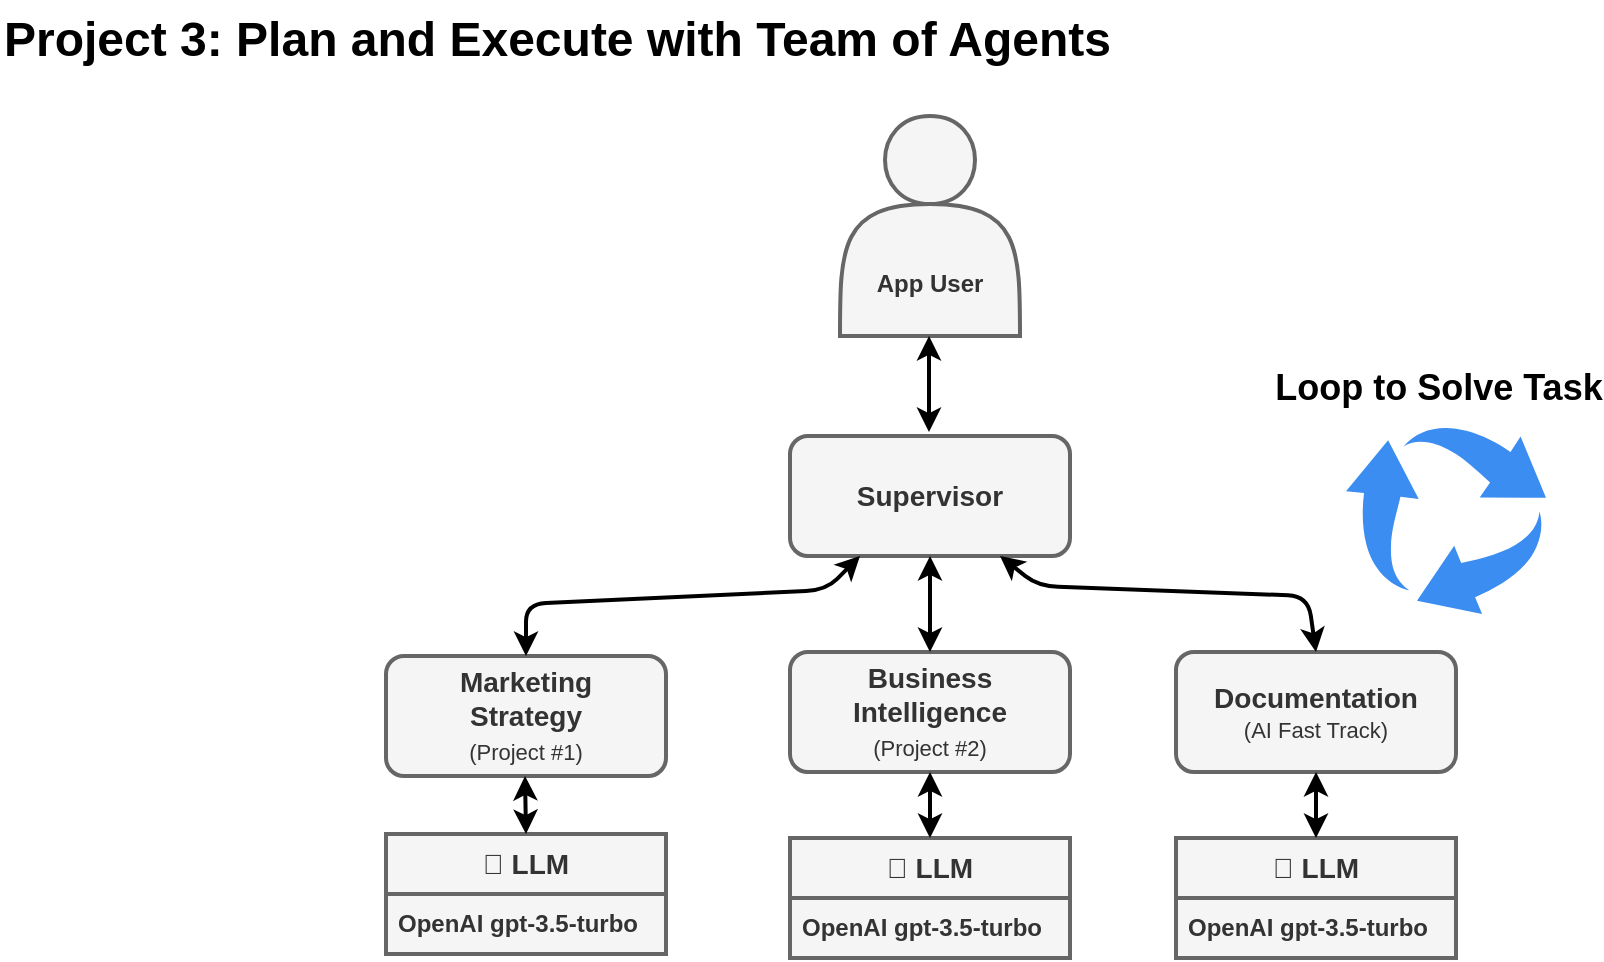
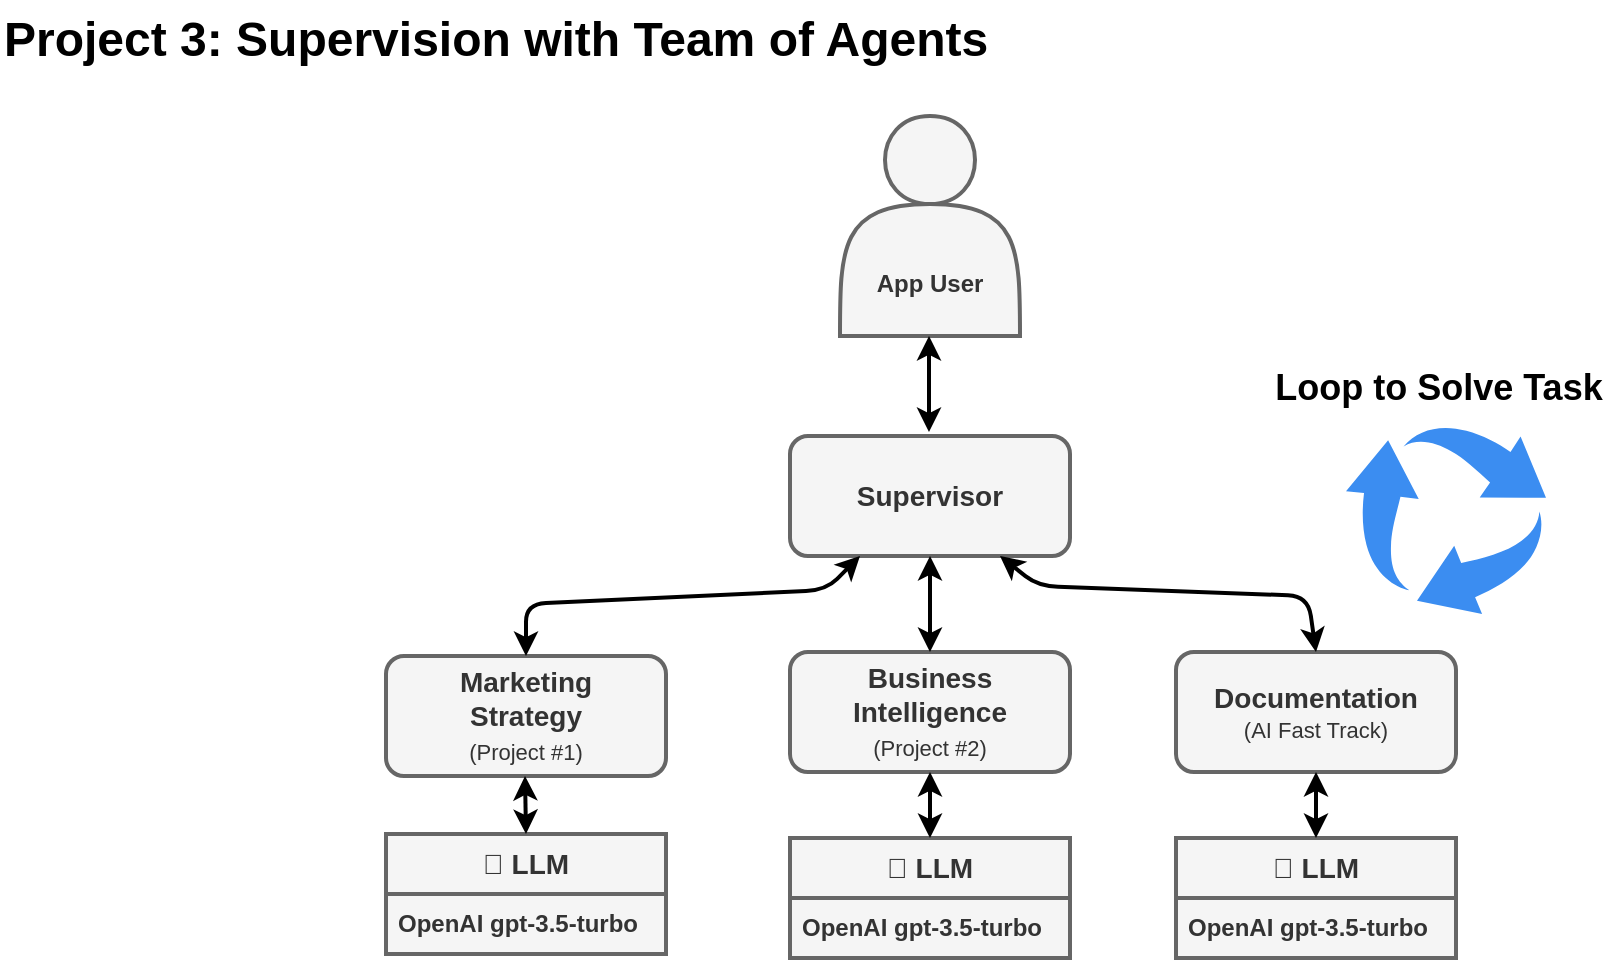
<mxfile host="65bd71144e">
    <diagram id="1xbTTFElEqbZD3jhlw0T" name="Project 3: Plan and Execute Team of Agents">
-         <mxGraphModel dx="744" dy="512" grid="0" gridSize="10" guides="1" tooltips="1" connect="1" arrows="1" fold="1" page="1" pageScale="1" pageWidth="1100" pageHeight="850" background="#ffffff" math="0" shadow="0">
+         <mxGraphModel dx="887" dy="626" grid="0" gridSize="10" guides="1" tooltips="1" connect="1" arrows="1" fold="1" page="1" pageScale="1" pageWidth="1100" pageHeight="850" background="#ffffff" math="0" shadow="0">
            <root>
                <mxCell id="0"/>
                <mxCell id="1" parent="0"/>
-                 <mxCell id="5" value="Project 3: Plan and Execute with Team of Agents" style="text;html=1;fontSize=24;fontStyle=1;verticalAlign=middle;align=left;strokeWidth=2;fontColor=#000000;" parent="1" vertex="1">
+                 <mxCell id="5" value="Project 3: Supervision with Team of Agents" style="text;html=1;fontSize=24;fontStyle=1;verticalAlign=middle;align=left;strokeWidth=2;fontColor=#000000;" parent="1" vertex="1">
                    <mxGeometry x="40" y="10" width="100" height="40" as="geometry"/>
                </mxCell>
                <mxCell id="35" value="&lt;br&gt;&lt;br&gt;&lt;br&gt;&lt;br&gt;&lt;b&gt;App User&lt;/b&gt;" style="shape=actor;whiteSpace=wrap;html=1;fillColor=#f5f5f5;fontColor=#333333;strokeColor=#666666;strokeWidth=2;" parent="1" vertex="1">
                    <mxGeometry x="460" y="68" width="90" height="110" as="geometry"/>
                </mxCell>
                <mxCell id="44" value="&lt;span style=&quot;font-size: 14px;&quot;&gt;&lt;b&gt;Supervisor&lt;/b&gt;&lt;/span&gt;" style="rounded=1;whiteSpace=wrap;html=1;fillColor=#f5f5f5;fontColor=#333333;strokeColor=#666666;strokeWidth=2;" parent="1" vertex="1">
                    <mxGeometry x="435" y="228" width="140" height="60" as="geometry"/>
                </mxCell>
                <mxCell id="50" value="&lt;b style=&quot;font-size: 14px;&quot;&gt;Marketing &lt;/b&gt;&lt;br&gt;&lt;b style=&quot;font-size: 14px;&quot;&gt;Strategy&lt;br&gt;&lt;/b&gt;&lt;span style=&quot;font-size: 11px;&quot;&gt;(Project #1)&lt;/span&gt;&lt;b style=&quot;font-size: 14px;&quot;&gt;&lt;br&gt;&lt;/b&gt;" style="rounded=1;whiteSpace=wrap;html=1;fillColor=#f5f5f5;fontColor=#333333;strokeColor=#666666;strokeWidth=2;" parent="1" vertex="1">
                    <mxGeometry x="233" y="338" width="140" height="60" as="geometry"/>
                </mxCell>
                <mxCell id="75" style="edgeStyle=none;html=1;exitX=0.25;exitY=1;exitDx=0;exitDy=0;strokeColor=#000000;strokeWidth=2;fontColor=#000000;startArrow=classic;startFill=1;entryX=0.5;entryY=0;entryDx=0;entryDy=0;" parent="1" source="44" target="50" edge="1">
                    <mxGeometry relative="1" as="geometry">
                        <mxPoint x="515" y="190" as="sourcePoint"/>
                        <mxPoint x="515" y="238" as="targetPoint"/>
                        <Array as="points">
                            <mxPoint x="453" y="305"/>
                            <mxPoint x="303" y="312"/>
                        </Array>
                    </mxGeometry>
                </mxCell>
                <mxCell id="76" value="&lt;b style=&quot;font-size: 14px;&quot;&gt;Business Intelligence&lt;br&gt;&lt;/b&gt;&lt;span style=&quot;font-size: 11px;&quot;&gt;(Project #2)&lt;/span&gt;&lt;b style=&quot;font-size: 14px;&quot;&gt;&lt;br&gt;&lt;/b&gt;" style="rounded=1;whiteSpace=wrap;html=1;fillColor=#f5f5f5;fontColor=#333333;strokeColor=#666666;strokeWidth=2;" parent="1" vertex="1">
                    <mxGeometry x="435" y="336" width="140" height="60" as="geometry"/>
                </mxCell>
                <mxCell id="77" value="&lt;b style=&quot;font-size: 14px;&quot;&gt;Documentation&lt;br&gt;&lt;/b&gt;&lt;span style=&quot;font-size: 11px;&quot;&gt;(AI Fast Track)&lt;/span&gt;" style="rounded=1;whiteSpace=wrap;html=1;fillColor=#f5f5f5;fontColor=#333333;strokeColor=#666666;strokeWidth=2;" parent="1" vertex="1">
                    <mxGeometry x="628" y="336" width="140" height="60" as="geometry"/>
                </mxCell>
                <mxCell id="78" style="edgeStyle=none;html=1;exitX=0.5;exitY=1;exitDx=0;exitDy=0;strokeColor=#000000;strokeWidth=2;fontColor=#000000;startArrow=classic;startFill=1;entryX=0.5;entryY=0;entryDx=0;entryDy=0;" parent="1" source="44" target="76" edge="1">
                    <mxGeometry relative="1" as="geometry">
                        <mxPoint x="480" y="298" as="sourcePoint"/>
                        <mxPoint x="313" y="348" as="targetPoint"/>
                    </mxGeometry>
                </mxCell>
                <mxCell id="79" style="edgeStyle=none;html=1;exitX=0.75;exitY=1;exitDx=0;exitDy=0;strokeColor=#000000;strokeWidth=2;fontColor=#000000;startArrow=classic;startFill=1;entryX=0.5;entryY=0;entryDx=0;entryDy=0;" parent="1" source="44" target="77" edge="1">
                    <mxGeometry relative="1" as="geometry">
                        <mxPoint x="490" y="308" as="sourcePoint"/>
                        <mxPoint x="323" y="358" as="targetPoint"/>
                        <Array as="points">
                            <mxPoint x="559" y="303"/>
                            <mxPoint x="694" y="308"/>
                        </Array>
                    </mxGeometry>
                </mxCell>
                <mxCell id="80" value="" style="sketch=0;html=1;aspect=fixed;strokeColor=none;shadow=0;align=center;verticalAlign=top;fillColor=#3B8DF1;shape=mxgraph.gcp2.arrow_cycle" parent="1" vertex="1">
                    <mxGeometry x="713" y="222" width="100" height="95" as="geometry"/>
                </mxCell>
                <mxCell id="81" style="edgeStyle=none;html=1;exitX=0.5;exitY=1;exitDx=0;exitDy=0;strokeColor=#000000;strokeWidth=2;fontColor=#000000;startArrow=classic;startFill=1;" parent="1" edge="1">
                    <mxGeometry relative="1" as="geometry">
                        <mxPoint x="504.5" y="178" as="sourcePoint"/>
                        <mxPoint x="504.5" y="226" as="targetPoint"/>
                    </mxGeometry>
                </mxCell>
                <mxCell id="82" value="&lt;b&gt;&lt;font style=&quot;font-size: 14px;&quot;&gt;🧠 LLM&lt;/font&gt;&lt;/b&gt;" style="swimlane;fontStyle=0;childLayout=stackLayout;horizontal=1;startSize=30;horizontalStack=0;resizeParent=1;resizeParentMax=0;resizeLast=0;collapsible=1;marginBottom=0;whiteSpace=wrap;html=1;labelBackgroundColor=none;strokeWidth=2;fontColor=#333333;fillColor=#f5f5f5;strokeColor=#666666;" parent="1" vertex="1">
                    <mxGeometry x="233" y="427" width="140" height="60" as="geometry"/>
                </mxCell>
                <mxCell id="83" value="&lt;b&gt;OpenAI gpt-3.5-turbo&lt;/b&gt;" style="text;strokeColor=#666666;fillColor=#f5f5f5;align=left;verticalAlign=middle;spacingLeft=4;spacingRight=4;overflow=hidden;points=[[0,0.5],[1,0.5]];portConstraint=eastwest;rotatable=0;whiteSpace=wrap;html=1;labelBackgroundColor=none;strokeWidth=2;fontColor=#333333;" parent="82" vertex="1">
                    <mxGeometry y="30" width="140" height="30" as="geometry"/>
                </mxCell>
                <mxCell id="84" value="&lt;b&gt;&lt;font style=&quot;font-size: 14px;&quot;&gt;🧠 LLM&lt;/font&gt;&lt;/b&gt;" style="swimlane;fontStyle=0;childLayout=stackLayout;horizontal=1;startSize=30;horizontalStack=0;resizeParent=1;resizeParentMax=0;resizeLast=0;collapsible=1;marginBottom=0;whiteSpace=wrap;html=1;labelBackgroundColor=none;strokeWidth=2;fontColor=#333333;fillColor=#f5f5f5;strokeColor=#666666;" parent="1" vertex="1">
                    <mxGeometry x="435" y="429" width="140" height="60" as="geometry"/>
                </mxCell>
                <mxCell id="85" value="&lt;b&gt;OpenAI gpt-3.5-turbo&lt;/b&gt;" style="text;strokeColor=#666666;fillColor=#f5f5f5;align=left;verticalAlign=middle;spacingLeft=4;spacingRight=4;overflow=hidden;points=[[0,0.5],[1,0.5]];portConstraint=eastwest;rotatable=0;whiteSpace=wrap;html=1;labelBackgroundColor=none;strokeWidth=2;fontColor=#333333;" parent="84" vertex="1">
                    <mxGeometry y="30" width="140" height="30" as="geometry"/>
                </mxCell>
                <mxCell id="86" value="&lt;b&gt;&lt;font style=&quot;font-size: 14px;&quot;&gt;🧠 LLM&lt;/font&gt;&lt;/b&gt;" style="swimlane;fontStyle=0;childLayout=stackLayout;horizontal=1;startSize=30;horizontalStack=0;resizeParent=1;resizeParentMax=0;resizeLast=0;collapsible=1;marginBottom=0;whiteSpace=wrap;html=1;labelBackgroundColor=none;strokeWidth=2;fontColor=#333333;fillColor=#f5f5f5;strokeColor=#666666;" parent="1" vertex="1">
                    <mxGeometry x="628" y="429" width="140" height="60" as="geometry"/>
                </mxCell>
                <mxCell id="87" value="&lt;b&gt;OpenAI gpt-3.5-turbo&lt;/b&gt;" style="text;strokeColor=#666666;fillColor=#f5f5f5;align=left;verticalAlign=middle;spacingLeft=4;spacingRight=4;overflow=hidden;points=[[0,0.5],[1,0.5]];portConstraint=eastwest;rotatable=0;whiteSpace=wrap;html=1;labelBackgroundColor=none;strokeWidth=2;fontColor=#333333;" parent="86" vertex="1">
                    <mxGeometry y="30" width="140" height="30" as="geometry"/>
                </mxCell>
                <mxCell id="88" style="edgeStyle=none;html=1;exitX=0.5;exitY=1;exitDx=0;exitDy=0;strokeColor=#000000;strokeWidth=2;fontColor=#000000;startArrow=classic;startFill=1;" parent="1" edge="1">
                    <mxGeometry relative="1" as="geometry">
                        <mxPoint x="302.5" y="398" as="sourcePoint"/>
                        <mxPoint x="303" y="427" as="targetPoint"/>
                    </mxGeometry>
                </mxCell>
                <mxCell id="89" style="edgeStyle=none;html=1;exitX=0.5;exitY=1;exitDx=0;exitDy=0;strokeColor=#000000;strokeWidth=2;fontColor=#000000;startArrow=classic;startFill=1;" parent="1" source="76" target="84" edge="1">
                    <mxGeometry relative="1" as="geometry">
                        <mxPoint x="312.5" y="408" as="sourcePoint"/>
                        <mxPoint x="313" y="435" as="targetPoint"/>
                    </mxGeometry>
                </mxCell>
                <mxCell id="90" style="edgeStyle=none;html=1;exitX=0.5;exitY=1;exitDx=0;exitDy=0;strokeColor=#000000;strokeWidth=2;fontColor=#000000;startArrow=classic;startFill=1;entryX=0.5;entryY=0;entryDx=0;entryDy=0;" parent="1" source="77" target="86" edge="1">
                    <mxGeometry relative="1" as="geometry">
                        <mxPoint x="322.5" y="418" as="sourcePoint"/>
                        <mxPoint x="323" y="445" as="targetPoint"/>
                    </mxGeometry>
                </mxCell>
                <mxCell id="95" value="&lt;font style=&quot;font-size: 18px;&quot;&gt;Loop to Solve Task&lt;/font&gt;" style="text;strokeColor=none;fillColor=none;html=1;fontSize=24;fontStyle=1;verticalAlign=middle;align=center;fontColor=#000000;" parent="1" vertex="1">
                    <mxGeometry x="709" y="182" width="100" height="40" as="geometry"/>
                </mxCell>
            </root>
        </mxGraphModel>
    </diagram>
</mxfile>